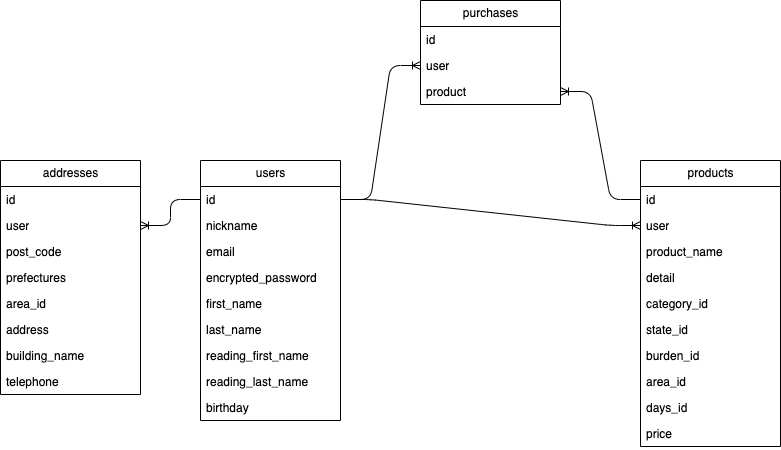
The draw.io diagram FurimaER.png in someno-kaede/furima-39613, before a commit. Source tidied: cells renumbered, new cells last; positions are measured from the earlier drawing's top-left corner, leaving out a move shared by most shapes.
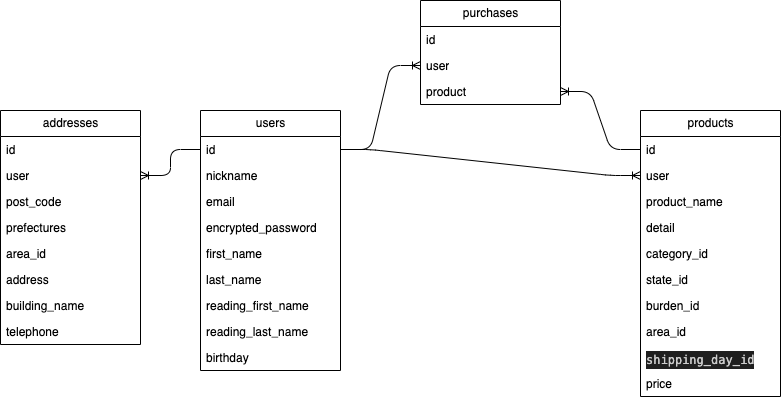
The same file after the commit.

Diff of the diagram source:
```diff
@@ -59,14 +59,14 @@
     <mxCell id="20" value="area_id" style="text;strokeColor=none;fillColor=none;align=left;verticalAlign=top;spacingLeft=4;spacingRight=4;overflow=hidden;whiteSpace=wrap;html=1;" parent="12" vertex="1">
       <mxGeometry y="208" width="140" height="26" as="geometry" />
     </mxCell>
-    <mxCell id="21" value="days_id" style="text;strokeColor=none;fillColor=none;align=left;verticalAlign=top;spacingLeft=4;spacingRight=4;overflow=hidden;whiteSpace=wrap;html=1;" parent="12" vertex="1">
+    <mxCell id="21" value="&lt;div style=&quot;color: rgb(204, 204, 204); background-color: rgb(31, 31, 31); font-family: Menlo, Monaco, &amp;quot;Courier New&amp;quot;, monospace; line-height: 18px;&quot;&gt;shipping_day_id&lt;/div&gt;" style="text;strokeColor=none;fillColor=none;align=left;verticalAlign=top;spacingLeft=4;spacingRight=4;overflow=hidden;whiteSpace=wrap;html=1;" parent="12" vertex="1">
       <mxGeometry y="234" width="140" height="26" as="geometry" />
     </mxCell>
     <mxCell id="22" value="price" style="text;strokeColor=none;fillColor=none;align=left;verticalAlign=top;spacingLeft=4;spacingRight=4;overflow=hidden;whiteSpace=wrap;html=1;" parent="12" vertex="1">
       <mxGeometry y="260" width="140" height="26" as="geometry" />
     </mxCell>
     <mxCell id="23" value="purchases" style="swimlane;fontStyle=0;horizontal=1;startSize=26;fillColor=none;html=1;" parent="1" vertex="1">
-      <mxGeometry x="420" width="140" height="104" as="geometry" />
+      <mxGeometry x="420" y="50" width="140" height="104" as="geometry" />
     </mxCell>
     <mxCell id="24" value="id" style="text;strokeColor=none;fillColor=none;align=left;verticalAlign=top;spacingLeft=4;spacingRight=4;overflow=hidden;whiteSpace=wrap;html=1;" parent="23" vertex="1">
       <mxGeometry y="26" width="140" height="26" as="geometry" />
```
